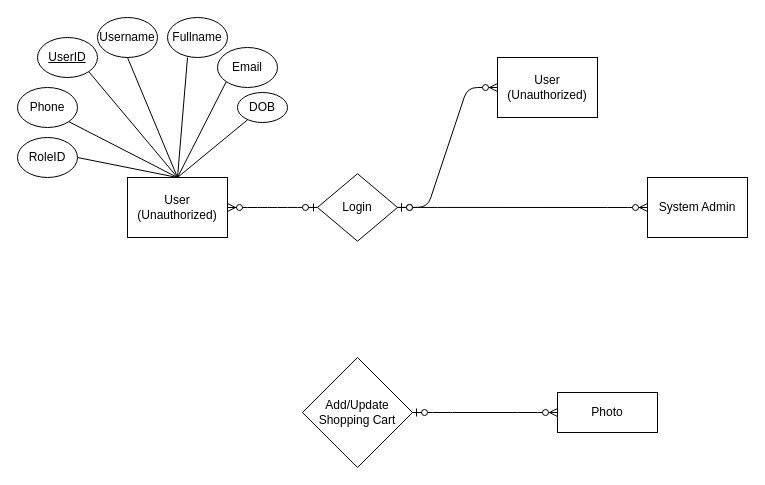
guffghoul/capstone_blockchain keeps this draw.io diagram as Untitled Diagram.drawio. Above is the earlier version. Source tidied: cells renumbered, new cells numbered last; positions are measured from the earlier drawing's top-left corner, leaving out a move shared by most shapes. Both pictures are drawn from the tidied source at 100%, with x=0, y=0 at pixel (17, 17).
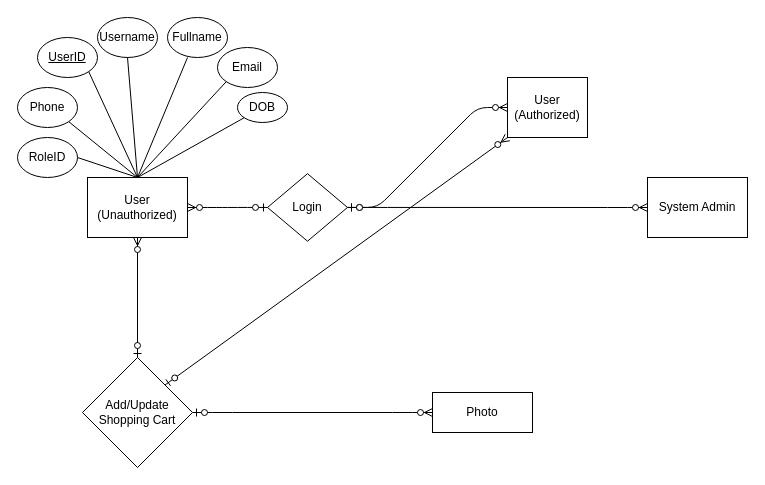
The same page after the edit.

Diff of the diagram source:
```diff
@@
     <mxCell id="2" value="User (Unauthorized)" style="rounded=0;whiteSpace=wrap;html=1;" parent="1" vertex="1">
-      <mxGeometry x="110" y="160" width="100" height="60" as="geometry" />
+      <mxGeometry x="70" y="160" width="100" height="60" as="geometry" />
     </mxCell>
     <mxCell id="3" value="Add/Update Shopping Cart" style="rhombus;whiteSpace=wrap;html=1;" parent="1" vertex="1">
-      <mxGeometry x="285" y="340" width="110" height="110" as="geometry" />
+      <mxGeometry x="65" y="340" width="110" height="110" as="geometry" />
     </mxCell>
     <mxCell id="4" value="Photo" style="rounded=0;whiteSpace=wrap;html=1;" parent="1" vertex="1">
-      <mxGeometry x="540" y="375" width="100" height="40" as="geometry" />
+      <mxGeometry x="415" y="375" width="100" height="40" as="geometry" />
     </mxCell>
@@
     <mxCell id="20" value="Login" style="rhombus;whiteSpace=wrap;html=1;" parent="1" vertex="1">
-      <mxGeometry x="300" y="156.2" width="80" height="67.5" as="geometry" />
+      <mxGeometry x="250" y="156.2" width="80" height="67.5" as="geometry" />
     </mxCell>
@@
-    <mxCell id="22" value="User (Unauthorized)" style="rounded=0;whiteSpace=wrap;html=1;" parent="1" vertex="1">
-      <mxGeometry x="480" y="40" width="100" height="60" as="geometry" />
+    <mxCell id="22" value="User (Authorized)" style="rounded=0;whiteSpace=wrap;html=1;" parent="1" vertex="1">
+      <mxGeometry x="490" y="60" width="80" height="60" as="geometry" />
     </mxCell>
@@
+    <mxCell id="26" style="fontSize=12;html=1;endArrow=ERzeroToMany;startArrow=ERzeroToOne;exitX=0.5;exitY=0;exitDx=0;exitDy=0;" parent="1" edge="1" source="3" target="2">
+      <mxGeometry relative="1" as="geometry" />
+    </mxCell>
+    <mxCell id="27" style="fontSize=12;html=1;endArrow=ERzeroToMany;startArrow=ERzeroToOne;exitX=1;exitY=0;exitDx=0;exitDy=0;entryX=0;entryY=1;entryDx=0;entryDy=0;" parent="1" edge="1" source="3" target="22">
+      <mxGeometry relative="1" as="geometry" />
+    </mxCell>
```
